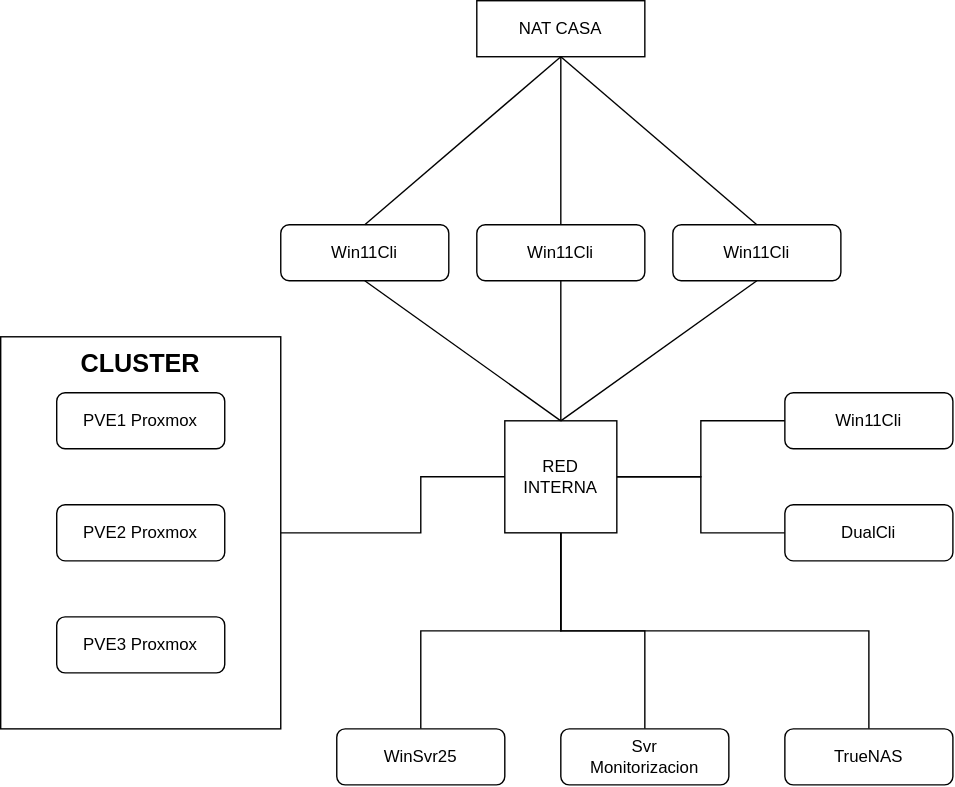
The draw.io diagram Catergoria/Gestion_De_Redes/T0-Esquema_MV/Recursos/T0-Esquema_MV.svg in MSS-CIPFPBATOI/ISO-FHW-PER44, before a commit. Source tidied: cells renumbered, new cells last; positions are measured from the earlier drawing's top-left corner, leaving out a move shared by most shapes.
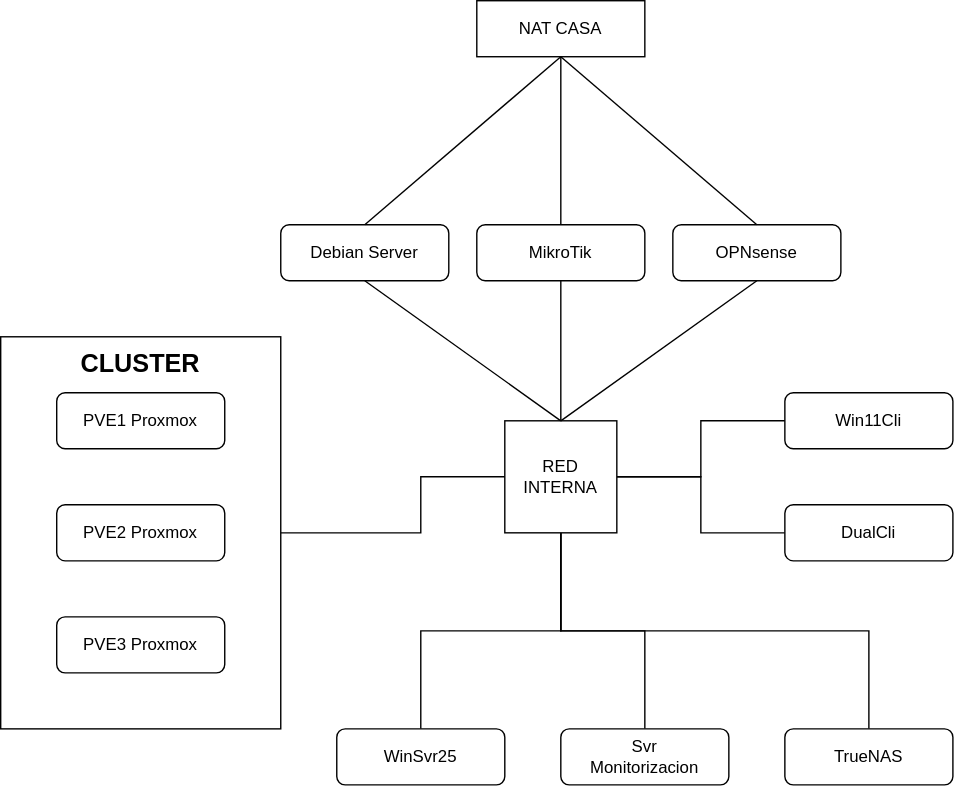
Above is the later version.

What changed in the source:
```diff
@@ -49,13 +49,13 @@
     <mxCell id="15" value="DualCli" style="rounded=1;whiteSpace=wrap;html=1;roundedPerimeter=1;" parent="1" vertex="1">
       <mxGeometry x="560" y="360" width="120" height="40" as="geometry" />
     </mxCell>
-    <mxCell id="16" value="Win11Cli" style="rounded=1;whiteSpace=wrap;html=1;roundedPerimeter=1;" parent="1" vertex="1">
+    <mxCell id="16" value="MikroTik" style="rounded=1;whiteSpace=wrap;html=1;roundedPerimeter=1;" parent="1" vertex="1">
       <mxGeometry x="340" y="160" width="120" height="40" as="geometry" />
     </mxCell>
-    <mxCell id="17" value="Win11Cli" style="rounded=1;whiteSpace=wrap;html=1;roundedPerimeter=1;" parent="1" vertex="1">
+    <mxCell id="17" value="OPNsense" style="rounded=1;whiteSpace=wrap;html=1;roundedPerimeter=1;" parent="1" vertex="1">
       <mxGeometry x="480" y="160" width="120" height="40" as="geometry" />
     </mxCell>
-    <mxCell id="18" value="Win11Cli" style="rounded=1;whiteSpace=wrap;html=1;roundedPerimeter=1;" parent="1" vertex="1">
+    <mxCell id="18" value="Debian Server" style="rounded=1;whiteSpace=wrap;html=1;roundedPerimeter=1;" parent="1" vertex="1">
       <mxGeometry x="200" y="160" width="120" height="40" as="geometry" />
     </mxCell>
     <mxCell id="19" style="endArrow=none;html=1;rounded=0;defaultLabelBackgroundColor=page;entryX=0.5;entryY=1;entryDx=0;entryDy=0;exitX=0.5;exitY=0;exitDx=0;exitDy=0;" parent="1" edge="1" source="13" target="17">
```
